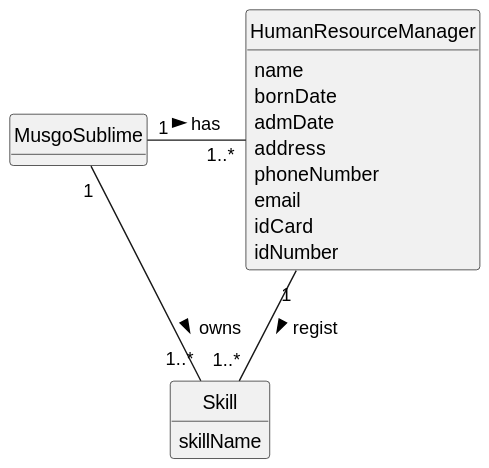
This is docs/sprint2/us001/02.analysis/svg/us001-domain-model.svg from 1231360-ISEP/lei-24-s2-1db-g021, a PlantUML export, as it was before one commit.
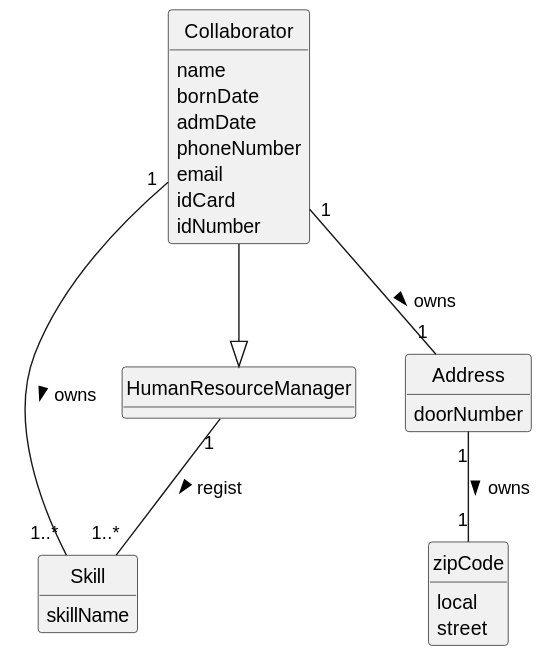
The same diagram one commit later.

Commit message:
Update the Main Domain Model and Domain Model US01.

Diff of the diagram source:
```diff
@@ -8,26 +8,35 @@
 hide circle
 hide methods
 
-class MusgoSublime {
-}
-
-class HumanResourceManager {
+class Collaborator {
     name
     bornDate
     admDate
-    address
     phoneNumber
     email
     idCard
     idNumber
 }
 
+class Address {
+    doorNumber
+}
+
+class zipCode {
+    local
+    street
+}
+
+class HumanResourceManager {}
+
 class Skill {
     skillName
 }
 
 
-MusgoSublime "1" - "1..*" HumanResourceManager: has >
-MusgoSublime "1" - "1..*" Skill: owns >
+Collaborator --|> HumanResourceManager
+Collaborator "1" - "1..*" Skill: owns >
 HumanResourceManager "1" -- "1..*" Skill : regist >
+Collaborator "1" -- "1" Address: owns >
+Address "1" -- "1" zipCode : owns >
 @enduml
```
